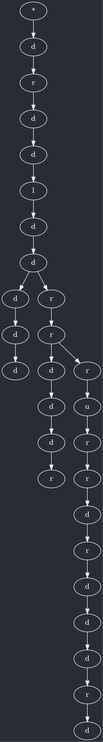
Before: back/a.gv.png, a diagram exported from Graphviz (Atmost24/Maze-Solver-app). Its source is kept beside it as back/a.gv. Source of this version:
```dot
digraph a {
	bgcolor="#282C34"
	node [fontcolor="#F9F9F9"]
	node [color="#F9F9F9"]
	edge [color="#F9F9F9"]
	0 [label="*"]
	1 [label=d]
	0 -> 1
	2 [label=r]
	1 -> 2
	3 [label=d]
	2 -> 3
	4 [label=d]
	3 -> 4
	5 [label=l]
	4 -> 5
	6 [label=d]
	5 -> 6
	7 [label=d]
	6 -> 7
	8 [label=d]
	7 -> 8
	9 [label=d]
	8 -> 9
	10 [label=d]
	9 -> 10
	11 [label=r]
	7 -> 11
	12 [label=r]
	11 -> 12
	13 [label=d]
	12 -> 13
	14 [label=d]
	13 -> 14
	15 [label=d]
	14 -> 15
	16 [label=r]
	15 -> 16
	17 [label=r]
	12 -> 17
	18 [label=u]
	17 -> 18
	19 [label=r]
	18 -> 19
	20 [label=r]
	19 -> 20
	21 [label=d]
	20 -> 21
	22 [label=r]
	21 -> 22
	23 [label=d]
	22 -> 23
	24 [label=d]
	23 -> 24
	25 [label=d]
	24 -> 25
	26 [label=r]
	25 -> 26
	27 [label=d]
	26 -> 27
}
```
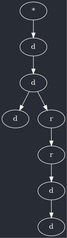
The same diagram one commit later.

The edit, as a diff of the source:
```diff
@@ -6,56 +6,16 @@
 	0 [label="*"]
 	1 [label=d]
 	0 -> 1
-	2 [label=r]
+	2 [label=d]
 	1 -> 2
 	3 [label=d]
 	2 -> 3
-	4 [label=d]
-	3 -> 4
-	5 [label=l]
+	4 [label=r]
+	2 -> 4
+	5 [label=r]
 	4 -> 5
 	6 [label=d]
 	5 -> 6
 	7 [label=d]
 	6 -> 7
-	8 [label=d]
-	7 -> 8
-	9 [label=d]
-	8 -> 9
-	10 [label=d]
-	9 -> 10
-	11 [label=r]
-	7 -> 11
-	12 [label=r]
-	11 -> 12
-	13 [label=d]
-	12 -> 13
-	14 [label=d]
-	13 -> 14
-	15 [label=d]
-	14 -> 15
-	16 [label=r]
-	15 -> 16
-	17 [label=r]
-	12 -> 17
-	18 [label=u]
-	17 -> 18
-	19 [label=r]
-	18 -> 19
-	20 [label=r]
-	19 -> 20
-	21 [label=d]
-	20 -> 21
-	22 [label=r]
-	21 -> 22
-	23 [label=d]
-	22 -> 23
-	24 [label=d]
-	23 -> 24
-	25 [label=d]
-	24 -> 25
-	26 [label=r]
-	25 -> 26
-	27 [label=d]
-	26 -> 27
 }
```
